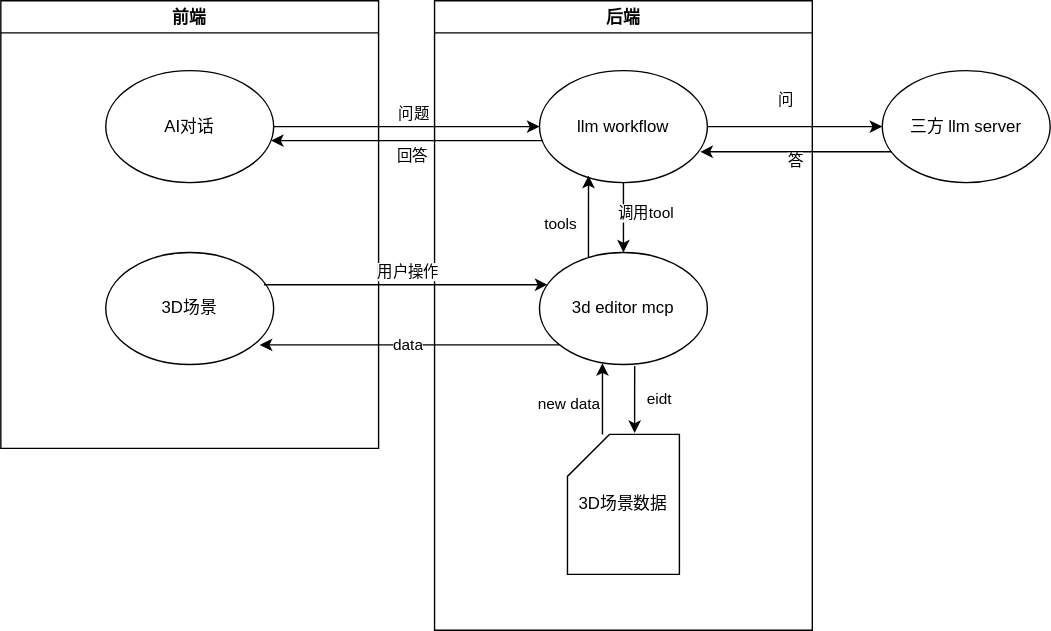
The draw.io diagram ai_design_editor.svg in huangqiaobo/huangqiaobo.github.io, before a commit. Source tidied: cells renumbered, new cells last; positions are measured from the earlier drawing's top-left corner, leaving out a move shared by most shapes.
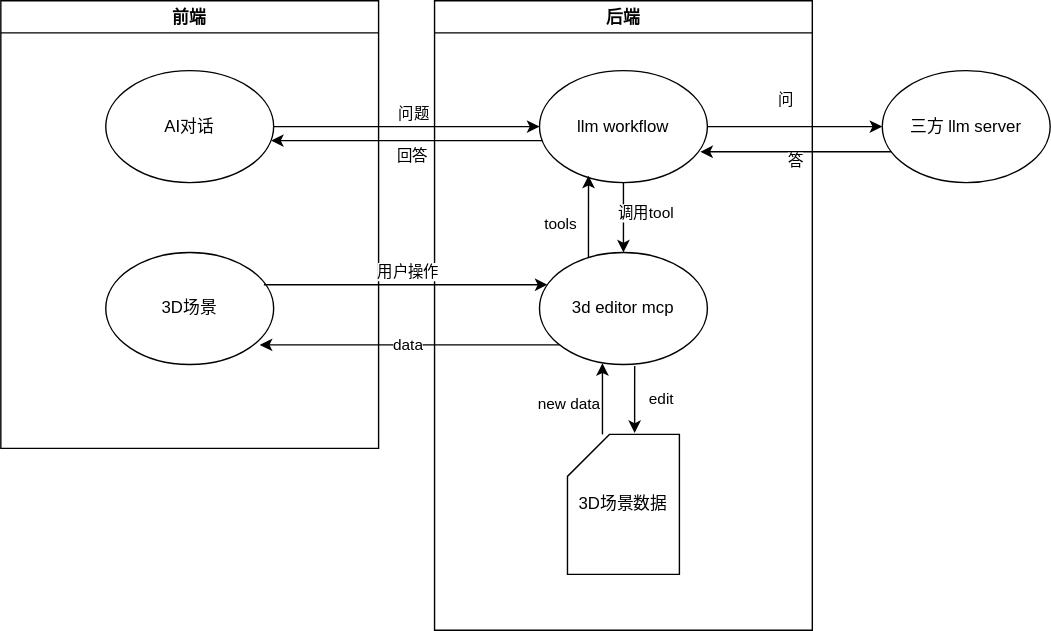
Above is the later version.

Change to the diagram source:
```diff
@@ -31,7 +31,7 @@
     <mxCell id="10" value="3D场景数据" style="shape=card;whiteSpace=wrap;html=1;" parent="5" vertex="1">
       <mxGeometry x="95" y="310" width="80" height="100" as="geometry" />
     </mxCell>
-    <mxCell id="11" value="eidt&amp;nbsp;" style="edgeStyle=orthogonalEdgeStyle;rounded=0;jettySize=auto;html=1;exitX=0.567;exitY=1.013;exitDx=0;exitDy=0;exitPerimeter=0;" parent="5" edge="1" source="9">
+    <mxCell id="11" value="edit" style="edgeStyle=orthogonalEdgeStyle;rounded=0;jettySize=auto;html=1;exitX=0.567;exitY=1.013;exitDx=0;exitDy=0;exitPerimeter=0;" parent="5" edge="1" source="9">
       <mxGeometry x="0.03" y="-18" relative="1" as="geometry">
         <mxPoint x="143" y="309" as="targetPoint" />
         <mxPoint x="37" as="offset" />
```
